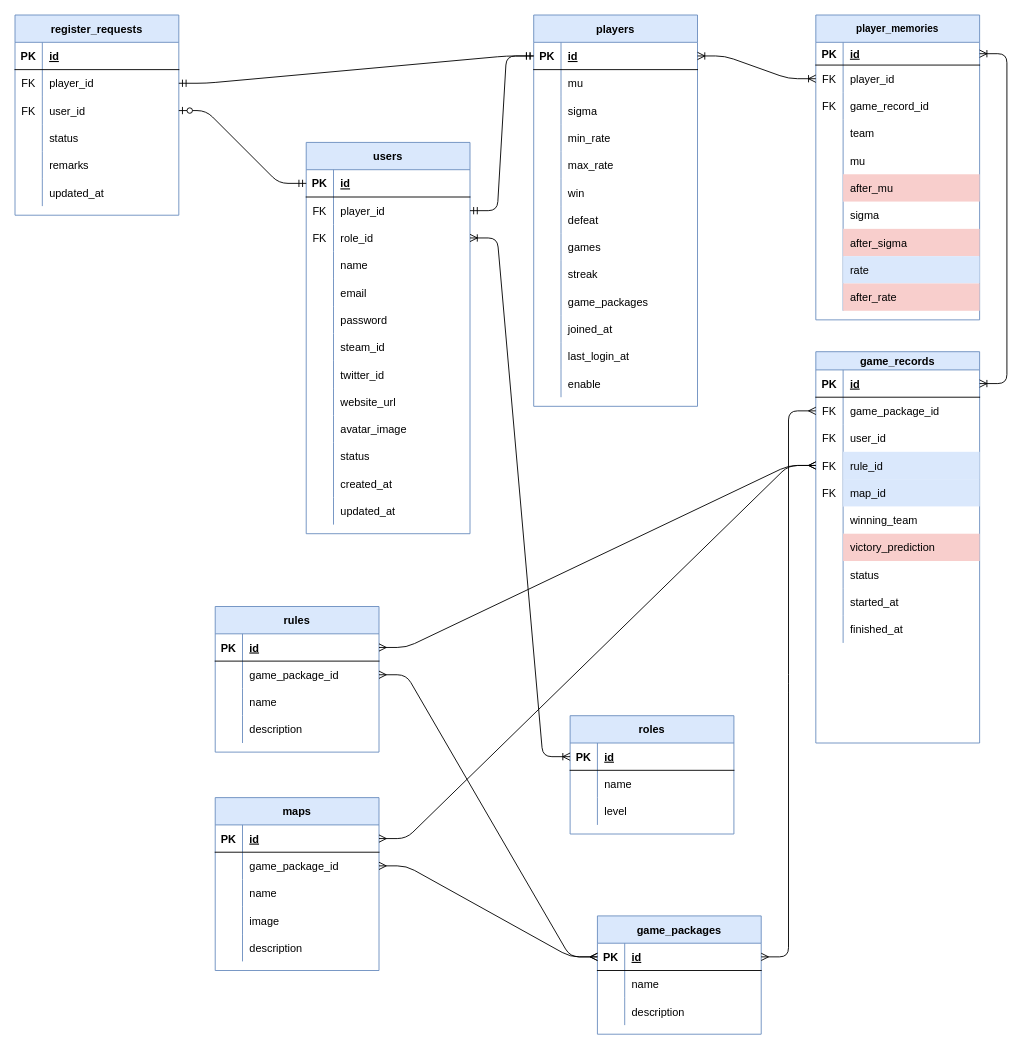
Before: docs/wzn_テーブル設計.drawio in sokorahen-szk/warzone-aoe, a draw.io diagram. Source tidied: cells renumbered, new cells numbered last; positions are measured from the earlier drawing's top-left corner, leaving out a move shared by most shapes. Both pictures are drawn from the tidied source at 91%, with x=0, y=0 at pixel (15, 15).
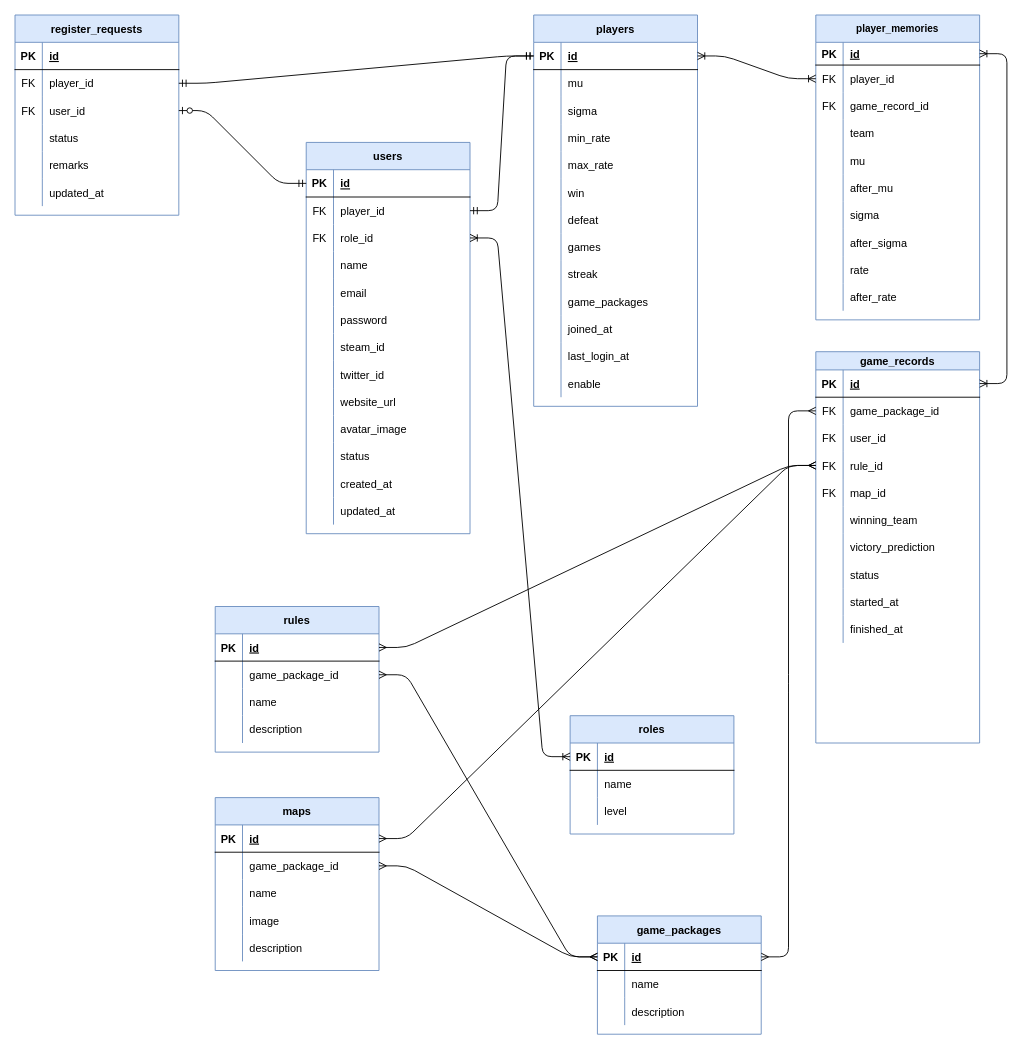
The same page after the edit.

The change refers to these unchanged cells:
```xml
<mxCell id="12" style="shape=partialRectangle;fillColor=none;top=0;left=0;bottom=0;right=0;points=[[0,0.5],[1,0.5]];portConstraint=eastwest;" parent="2" vertex="1">
  <mxGeometry y="110" width="180" height="30" as="geometry" />
</mxCell>
<mxCell id="15" style="shape=partialRectangle;fillColor=none;top=0;left=0;bottom=0;right=0;" parent="2" vertex="1">
  <mxGeometry y="140" width="180" height="30" as="geometry" />
</mxCell>
<mxCell id="21" style="shape=partialRectangle;fillColor=none;top=0;left=0;bottom=0;right=0;" parent="2" vertex="1">
  <mxGeometry y="200" width="180" height="30" as="geometry" />
</mxCell>
<mxCell id="49" style="shape=partialRectangle;fillColor=none;top=0;left=0;bottom=0;right=0;" parent="33" vertex="1">
  <mxGeometry y="175" width="180" height="30" as="geometry" />
</mxCell>
<mxCell id="55" style="shape=partialRectangle;fillColor=none;top=0;left=0;bottom=0;right=0;" parent="33" vertex="1">
  <mxGeometry y="235" width="180" height="30" as="geometry" />
</mxCell>
<mxCell id="58" style="shape=partialRectangle;fillColor=none;top=0;left=0;bottom=0;right=0;" parent="33" vertex="1">
  <mxGeometry y="265" width="180" height="30" as="geometry" />
</mxCell>
<mxCell id="61" style="shape=partialRectangle;fillColor=none;top=0;left=0;bottom=0;right=0;" parent="33" vertex="1">
  <mxGeometry y="295" width="180" height="30" as="geometry" />
</mxCell>
```

Change to the diagram source:
```diff
@@
-    <mxCell id="14" value="rule_id" style="shape=partialRectangle;fillColor=#dae8fc;top=0;left=0;bottom=0;right=0;align=left;spacingLeft=6;overflow=hidden;strokeColor=#6c8ebf;" parent="12" vertex="1">
+    <mxCell id="14" value="rule_id" style="shape=partialRectangle;top=0;left=0;bottom=0;right=0;align=left;spacingLeft=6;overflow=hidden;strokeColor=#6c8ebf;fillColor=none;" parent="12" vertex="1">
       <mxGeometry x="30" width="150" height="30" as="geometry" />
     </mxCell>
@@
-    <mxCell id="17" value="map_id" style="shape=partialRectangle;fillColor=#dae8fc;top=0;left=0;bottom=0;right=0;align=left;spacingLeft=6;overflow=hidden;strokeColor=#6c8ebf;" parent="15" vertex="1">
+    <mxCell id="17" value="map_id" style="shape=partialRectangle;top=0;left=0;bottom=0;right=0;align=left;spacingLeft=6;overflow=hidden;strokeColor=#6c8ebf;fillColor=none;" parent="15" vertex="1">
       <mxGeometry x="30" width="150" height="30" as="geometry" />
     </mxCell>
@@
-    <mxCell id="23" value="victory_prediction" style="shape=partialRectangle;fillColor=#f8cecc;top=0;left=0;bottom=0;right=0;align=left;spacingLeft=6;overflow=hidden;strokeColor=#b85450;" parent="21" vertex="1">
+    <mxCell id="23" value="victory_prediction" style="shape=partialRectangle;top=0;left=0;bottom=0;right=0;align=left;spacingLeft=6;overflow=hidden;strokeColor=#b85450;fillColor=none;" parent="21" vertex="1">
       <mxGeometry x="30" width="150" height="30" as="geometry" />
     </mxCell>
@@
-    <mxCell id="51" value="after_mu" style="shape=partialRectangle;fillColor=#f8cecc;top=0;left=0;bottom=0;right=0;align=left;spacingLeft=6;overflow=hidden;strokeColor=#b85450;" parent="49" vertex="1">
+    <mxCell id="51" value="after_mu" style="shape=partialRectangle;top=0;left=0;bottom=0;right=0;align=left;spacingLeft=6;overflow=hidden;strokeColor=#b85450;fillColor=none;" parent="49" vertex="1">
       <mxGeometry x="30" width="150" height="30" as="geometry" />
     </mxCell>
@@
-    <mxCell id="57" value="after_sigma" style="shape=partialRectangle;fillColor=#f8cecc;top=0;left=0;bottom=0;right=0;align=left;spacingLeft=6;overflow=hidden;strokeColor=#b85450;" parent="55" vertex="1">
+    <mxCell id="57" value="after_sigma" style="shape=partialRectangle;top=0;left=0;bottom=0;right=0;align=left;spacingLeft=6;overflow=hidden;strokeColor=#b85450;fillColor=none;" parent="55" vertex="1">
       <mxGeometry x="30" width="150" height="30" as="geometry" />
     </mxCell>
@@
-    <mxCell id="60" value="rate" style="shape=partialRectangle;fillColor=#dae8fc;top=0;left=0;bottom=0;right=0;align=left;spacingLeft=6;overflow=hidden;strokeColor=#6c8ebf;" parent="58" vertex="1">
+    <mxCell id="60" value="rate" style="shape=partialRectangle;top=0;left=0;bottom=0;right=0;align=left;spacingLeft=6;overflow=hidden;strokeColor=#6c8ebf;fillColor=none;" parent="58" vertex="1">
       <mxGeometry x="30" width="150" height="30" as="geometry" />
     </mxCell>
@@
-    <mxCell id="63" value="after_rate" style="shape=partialRectangle;fillColor=#f8cecc;top=0;left=0;bottom=0;right=0;align=left;spacingLeft=6;overflow=hidden;strokeColor=#b85450;" parent="61" vertex="1">
+    <mxCell id="63" value="after_rate" style="shape=partialRectangle;top=0;left=0;bottom=0;right=0;align=left;spacingLeft=6;overflow=hidden;strokeColor=#b85450;fillColor=none;" parent="61" vertex="1">
       <mxGeometry x="30" width="150" height="30" as="geometry" />
     </mxCell>
```
